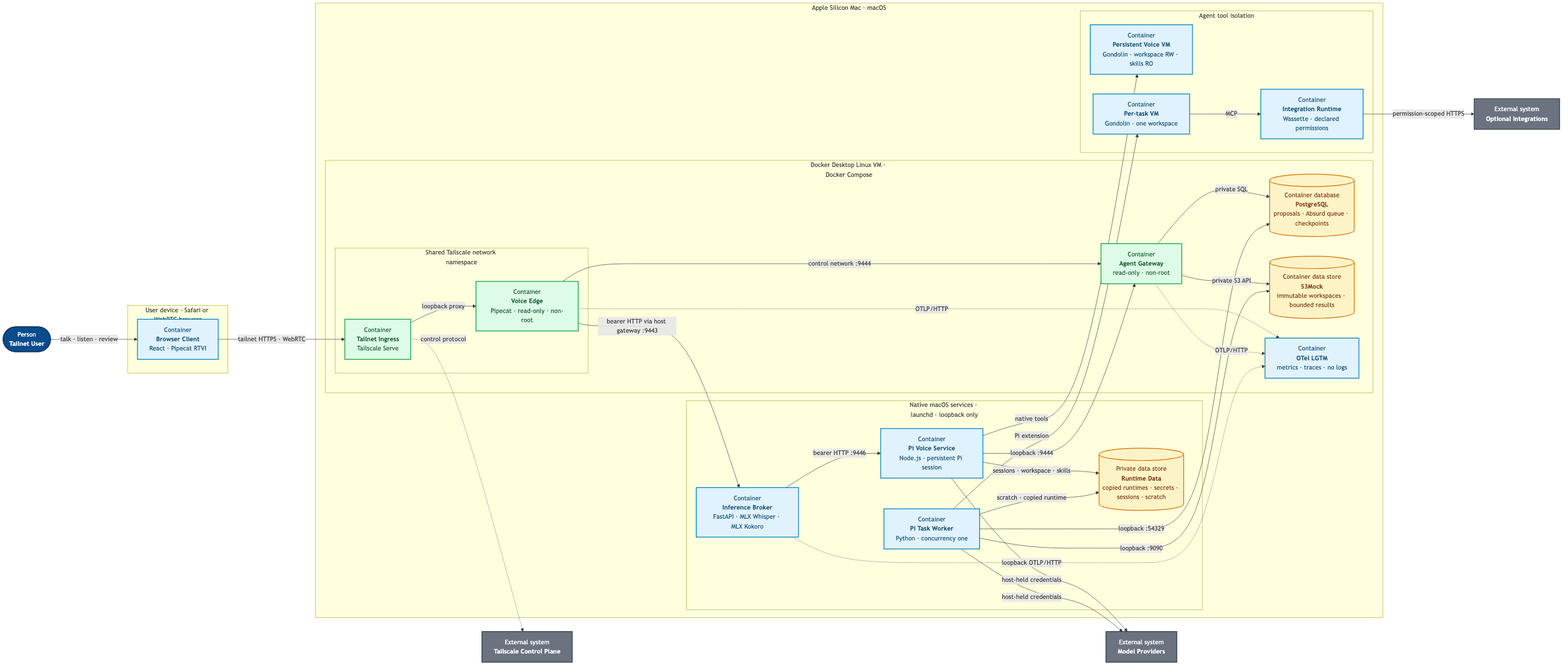
The Mermaid diagram products/voice-agent/docs/architecture/deployment-security.png in ragavsathish/agent-workload-platform, before a commit. Its source is kept beside it as products/voice-agent/docs/architecture/deployment-security.mmd.
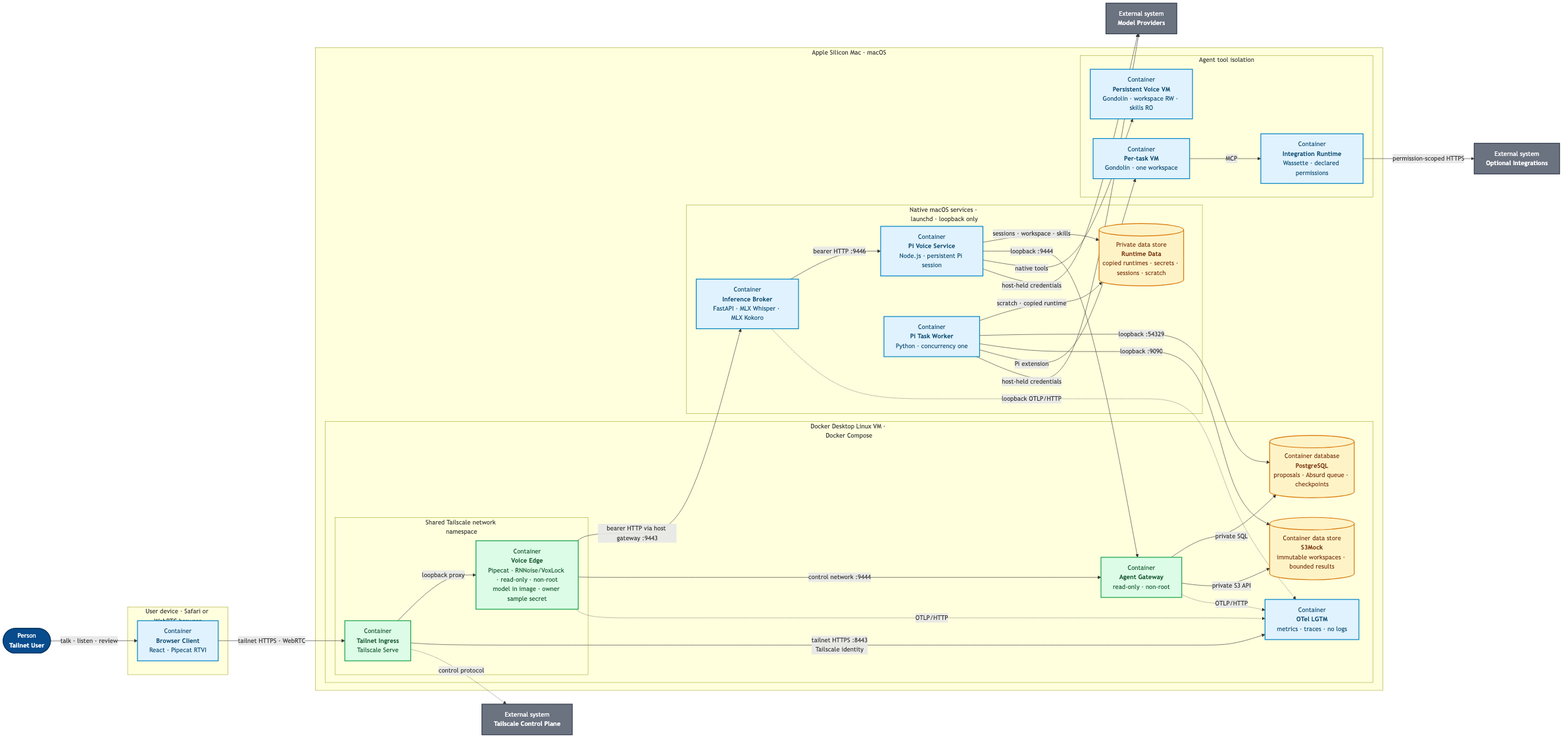
After the commit.

Change to the diagram source:
```diff
@@ -16,7 +16,7 @@
             subgraph EDGE_NS["Shared Tailscale network namespace"]
                 direction LR
                 INGRESS["Container<br/><b>Tailnet Ingress</b><br/>Tailscale Serve"]
-                EDGE["Container<br/><b>Voice Edge</b><br/>Pipecat · read-only · non-root"]
+                EDGE["Container<br/><b>Voice Edge</b><br/>Pipecat · RNNoise/VoxLock · read-only · non-root<br/>model in image · owner sample secret"]
                 INGRESS -->|"loopback proxy"| EDGE
             end
             GATEWAY["Container<br/><b>Agent Gateway</b><br/>read-only · non-root"]
@@ -56,6 +56,7 @@
         EDGE -.->|"OTLP/HTTP"| OTEL
         GATEWAY -.->|"OTLP/HTTP"| OTEL
         BROKER -.->|"loopback OTLP/HTTP"| OTEL
+        INGRESS -->|"tailnet HTTPS :8443<br/>Tailscale identity"| OTEL
     end
 
     USER -->|"talk · listen · review"| BROWSER
```
